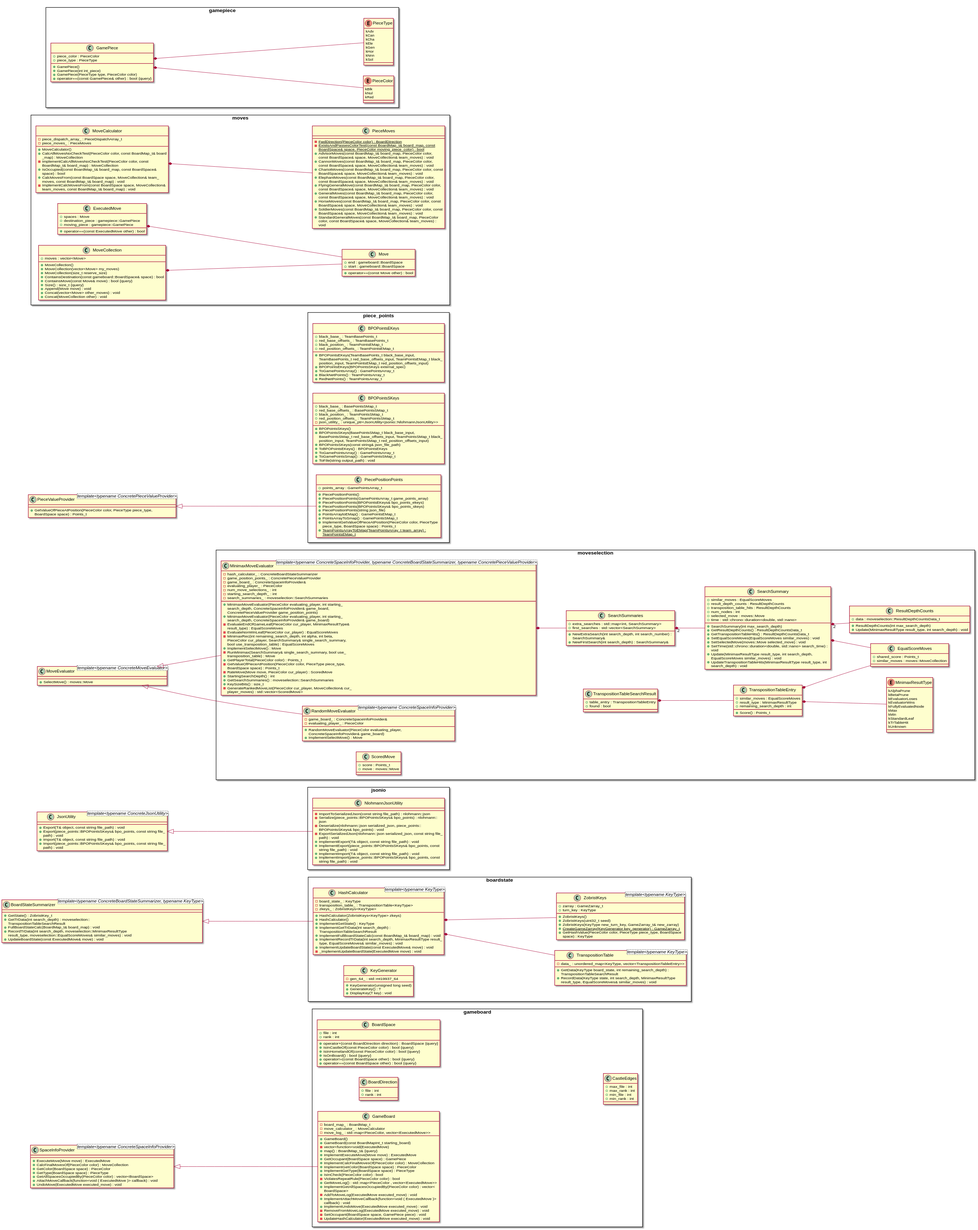
Above: docs/plantuml/xiangqigame_core.svg in duanegoodner/xiangqigame (PlantUML), before the change.
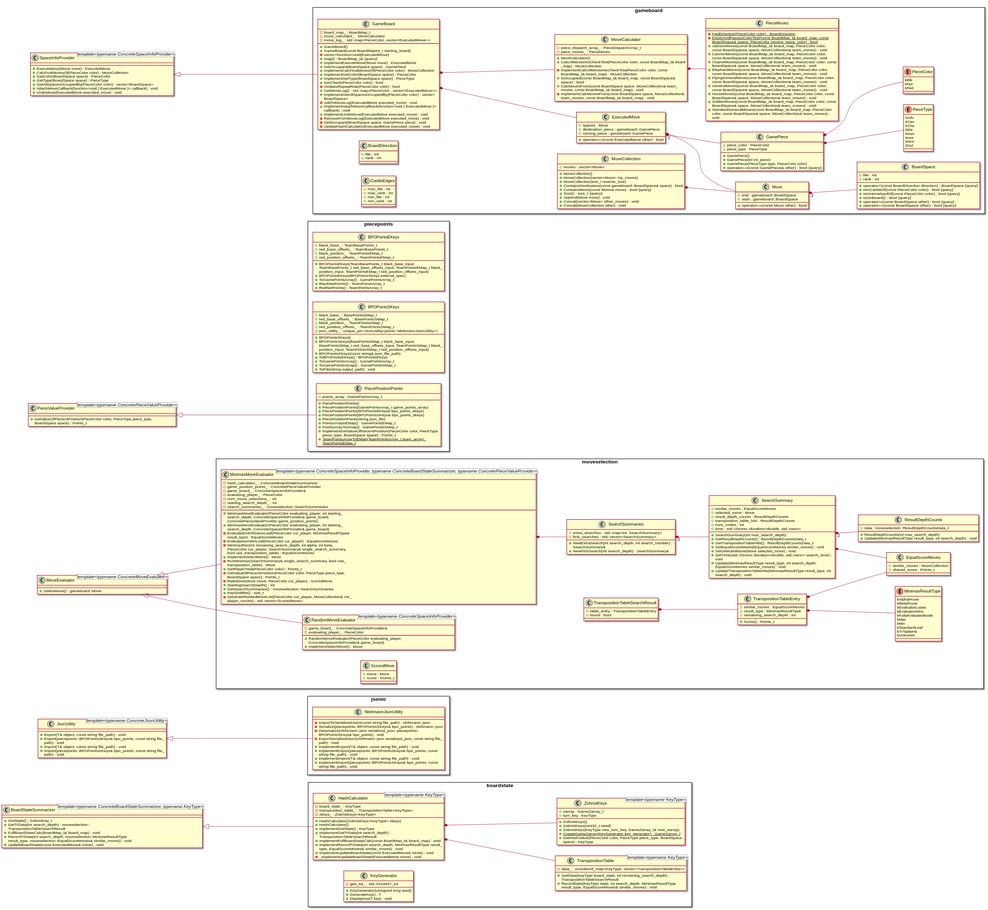
Above is the later version.

What changed in the source:
```diff
@@ -4,6 +4,7 @@
 skinparam wrapWidth 400
 left to right direction
 scale 0.75
+
 
 
 
@@ -19,14 +20,14 @@
 
 class JsonUtility <template<typename ConcreteJsonUtility>> {
 	+Export(T& object, const string file_path) : void
-	+Export(piece_points::BPOPointsSKeys& bpo_points, const string file_path) : void
+	+Export(piecepoints::BPOPointsSKeys& bpo_points, const string file_path) : void
 	+Import(T& object, const string file_path) : void
-	+Import(piece_points::BPOPointsSKeys& bpo_points, const string file_path) : void
+	+Import(piecepoints::BPOPointsSKeys& bpo_points, const string file_path) : void
 }
 
 
 class MoveEvaluator <template<typename ConcreteMoveEvaluator>> {
-	+SelectMove() : moves::Move
+	+SelectMove() : gameboard::Move
 }
 
 
@@ -46,7 +47,7 @@
 }
 
 
-namespace piece_points {
+namespace piecepoints {
 	class BPOPointsEKeys {
 		+BPOPointsEKeys(TeamBasePoints_t black_base_input, TeamBasePoints_t red_base_offsets_input, TeamPointsEMap_t black_position_input, TeamPointsEMap_t red_position_offsets_input)
 		+BPOPointsEKeys(BPOPointsSKeys external_spec)
@@ -135,8 +136,8 @@
 	}
 
 	class EqualScoreMoves {
+		+similar_moves : MoveCollection
 		+shared_score : Points_t
-		+similar_moves : moves::MoveCollection
 	}
 
 	class ResultDepthCounts {
@@ -146,8 +147,8 @@
 	}
 
 	class ScoredMove {
+		+move : Move
 		+score : Points_t
-		+move : moves::Move
 	}
 
 	class SearchSummaries {
@@ -160,15 +161,15 @@
 	class SearchSummary {
 		+SearchSummary(int max_search_depth)
 		+similar_moves : EqualScoreMoves
+		+selected_move : Move
 		+result_depth_counts : ResultDepthCounts
 		+transposition_table_hits : ResultDepthCounts
 		+GetResultDepthCounts() : ResultDepthCountsData_t
 		+GetTranspositionTableHits() : ResultDepthCountsData_t
 		+num_nodes : int
-		+selected_move : moves::Move
 		+time : std::chrono::duration<double, std::nano>
 		+SetEqualScoreMoves(EqualScoreMoves similar_moves) : void
-		+SetSelectedMove(moves::Move selected_move) : void
+		+SetSelectedMove(Move selected_move) : void
 		+SetTime(std::chrono::duration<double, std::nano> search_time) : void
 		+Update(MinimaxResultType result_type, int search_depth, EqualScoreMoves similar_moves) : void
 		+UpdateTranspositionTableHits(MinimaxResultType result_type, int search_depth) : void
@@ -188,99 +189,16 @@
 }
 
 
-namespace moves {
-	class MoveCalculator {
-		+MoveCalculator()
-		+CalcAllMovesNoCheckTest(PieceColor color, const BoardMap_t& board_map) : MoveCollection
-		-ImplementCalcAllMovesNoCheckTest(PieceColor color, const BoardMap_t& board_map) : MoveCollection
-		-piece_dispatch_array_ : PieceDispatchArray_t
-		-piece_moves_ : PieceMoves
-		+IsOccupied(const BoardMap_t& board_map, const BoardSpace& space) : bool
-		+CalcMovesFrom(const BoardSpace space, MoveCollection& team_moves, const BoardMap_t& board_map) : void
-		-ImplementCalcMovesFrom(const BoardSpace space, MoveCollection& team_moves, const BoardMap_t& board_map) : void
-	}
-
-	class PieceMoves {
-		-{static} FwdDirection(PieceColor color) : BoardDirection
-		-{static} ExistsAndPassesColorTest(const BoardMap_t& board_map, const BoardSpace& space, PieceColor moving_piece_color) : bool
-		+AdvisorMoves(const BoardMap_t& board_map, PieceColor color, const BoardSpace& space, MoveCollection& team_moves) : void
-		+CannonMoves(const BoardMap_t& board_map, PieceColor color, const BoardSpace& space, MoveCollection& team_moves) : void
-		+ChariotMoves(const BoardMap_t& board_map, PieceColor color, const BoardSpace& space, MoveCollection& team_moves) : void
-		+ElephantMoves(const BoardMap_t& board_map, PieceColor color, const BoardSpace& space, MoveCollection& team_moves) : void
-		+FlyingGeneralMove(const BoardMap_t& board_map, PieceColor color, const BoardSpace& space, MoveCollection& team_moves) : void
-		+GeneralMoves(const BoardMap_t& board_map, PieceColor color, const BoardSpace& space, MoveCollection& team_moves) : void
-		+HorseMoves(const BoardMap_t& board_map, PieceColor color, const BoardSpace& space, MoveCollection& team_moves) : void
-		+SoldierMoves(const BoardMap_t& board_map, PieceColor color, const BoardSpace& space, MoveCollection& team_moves) : void
-		+StandardGeneralMoves(const BoardMap_t& board_map, PieceColor color, const BoardSpace& space, MoveCollection& team_moves) : void
-	}
-
-	class ExecutedMove {
-		+spaces : Move
-		+operator==(const ExecutedMove other) : bool
-		+destination_piece : gamepiece::GamePiece
-		+moving_piece : gamepiece::GamePiece
-	}
-
-	class Move {
-		+operator==(const Move other) : bool
-		+end : gameboard::BoardSpace
-		+start : gameboard::BoardSpace
-	}
-
-	class MoveCollection {
-		+MoveCollection()
-		+MoveCollection(vector<Move> my_moves)
-		+MoveCollection(size_t reserve_size)
-		+ContainsDestination(const gameboard::BoardSpace& space) : bool
-		+ContainsMove(const Move& move) : bool {query}
-		+Size() : size_t {query}
-		+moves : vector<Move>
-		+Append(Move move) : void
-		+Concat(vector<Move> other_moves) : void
-		+Concat(MoveCollection other) : void
-	}
-}
-
-
 namespace jsonio {
 	class NlohmannJsonUtility {
 		-ImportToSerializedJson(const string file_path) : nlohmann::json
-		-Serialize(piece_points::BPOPointsSKeys& bpo_points) : nlohmann::json
-		-Deserialize(nlohmann::json serialized_json, piece_points::BPOPointsSKeys& bpo_points) : void
+		-Serialize(piecepoints::BPOPointsSKeys& bpo_points) : nlohmann::json
+		-Deserialize(nlohmann::json serialized_json, piecepoints::BPOPointsSKeys& bpo_points) : void
 		-ExportSerializedJson(nlohmann::json serialized_json, const string file_path) : void
 		+ImplementExport(T& object, const string file_path) : void
-		+ImplementExport(piece_points::BPOPointsSKeys& bpo_points, const string file_path) : void
+		+ImplementExport(piecepoints::BPOPointsSKeys& bpo_points, const string file_path) : void
 		+ImplementImport(T& object, const string file_path) : void
-		+ImplementImport(piece_points::BPOPointsSKeys& bpo_points, const string file_path) : void
-	}
-}
-
-
-namespace gamepiece {
-	enum PieceColor {
-		kBlk
-		kNul
-		kRed
-	}
-
-	enum PieceType {
-		kAdv
-		kCan
-		kCha
-		kEle
-		kGen
-		kHor
-		kNnn
-		kSol
-	}
-
-	class GamePiece {
-		+GamePiece()
-		+GamePiece(int int_piece)
-		+GamePiece(PieceType type, PieceColor color)
-		+piece_color : PieceColor
-		+piece_type : PieceType
-		+operator==(const GamePiece& other) : bool {query}
+		+ImplementImport(piecepoints::BPOPointsSKeys& bpo_points, const string file_path) : void
 	}
 }
 
@@ -311,6 +229,48 @@
 		-UpdateHashCalculator(ExecutedMove executed_move) : void
 	}
 
+	class MoveCalculator {
+		+MoveCalculator()
+		+CalcAllMovesNoCheckTest(PieceColor color, const BoardMap_t& board_map) : MoveCollection
+		-ImplementCalcAllMovesNoCheckTest(PieceColor color, const BoardMap_t& board_map) : MoveCollection
+		-piece_dispatch_array_ : PieceDispatchArray_t
+		-piece_moves_ : PieceMoves
+		+IsOccupied(const BoardMap_t& board_map, const BoardSpace& space) : bool
+		+CalcMovesFrom(const BoardSpace space, MoveCollection& team_moves, const BoardMap_t& board_map) : void
+		-ImplementCalcMovesFrom(const BoardSpace space, MoveCollection& team_moves, const BoardMap_t& board_map) : void
+	}
+
+	class PieceMoves {
+		-{static} FwdDirection(PieceColor color) : BoardDirection
+		-{static} ExistsAndPassesColorTest(const BoardMap_t& board_map, const BoardSpace& space, PieceColor moving_piece_color) : bool
+		+AdvisorMoves(const BoardMap_t& board_map, PieceColor color, const BoardSpace& space, MoveCollection& team_moves) : void
+		+CannonMoves(const BoardMap_t& board_map, PieceColor color, const BoardSpace& space, MoveCollection& team_moves) : void
+		+ChariotMoves(const BoardMap_t& board_map, PieceColor color, const BoardSpace& space, MoveCollection& team_moves) : void
+		+ElephantMoves(const BoardMap_t& board_map, PieceColor color, const BoardSpace& space, MoveCollection& team_moves) : void
+		+FlyingGeneralMove(const BoardMap_t& board_map, PieceColor color, const BoardSpace& space, MoveCollection& team_moves) : void
+		+GeneralMoves(const BoardMap_t& board_map, PieceColor color, const BoardSpace& space, MoveCollection& team_moves) : void
+		+HorseMoves(const BoardMap_t& board_map, PieceColor color, const BoardSpace& space, MoveCollection& team_moves) : void
+		+SoldierMoves(const BoardMap_t& board_map, PieceColor color, const BoardSpace& space, MoveCollection& team_moves) : void
+		+StandardGeneralMoves(const BoardMap_t& board_map, PieceColor color, const BoardSpace& space, MoveCollection& team_moves) : void
+	}
+
+	enum PieceColor {
+		kBlk
+		kNul
+		kRed
+	}
+
+	enum PieceType {
+		kAdv
+		kCan
+		kCha
+		kEle
+		kGen
+		kHor
+		kNnn
+		kSol
+	}
+
 	class BoardDirection {
 		+file : int
 		+rank : int
@@ -332,6 +292,41 @@
 		+max_rank : int
 		+min_file : int
 		+min_rank : int
+	}
+
+	class ExecutedMove {
+		+spaces : Move
+		+operator==(const ExecutedMove other) : bool
+		+destination_piece : gameboard::GamePiece
+		+moving_piece : gameboard::GamePiece
+	}
+
+	class GamePiece {
+		+GamePiece()
+		+GamePiece(int int_piece)
+		+GamePiece(PieceType type, PieceColor color)
+		+piece_color : PieceColor
+		+piece_type : PieceType
+		+operator==(const GamePiece& other) : bool {query}
+	}
+
+	class Move {
+		+operator==(const Move other) : bool
+		+end : gameboard::BoardSpace
+		+start : gameboard::BoardSpace
+	}
+
+	class MoveCollection {
+		+MoveCollection()
+		+MoveCollection(vector<Move> my_moves)
+		+MoveCollection(size_t reserve_size)
+		+ContainsDestination(const gameboard::BoardSpace& space) : bool
+		+ContainsMove(const Move& move) : bool {query}
+		+Size() : size_t {query}
+		+moves : vector<Move>
+		+Append(Move move) : void
+		+Concat(vector<Move> other_moves) : void
+		+Concat(MoveCollection other) : void
 	}
 }
 
@@ -392,7 +387,7 @@
 MoveEvaluator <|-- moveselection.RandomMoveEvaluator
 
 
-PieceValueProvider <|-- piece_points.PiecePositionPoints
+PieceValueProvider <|-- piecepoints.PiecePositionPoints
 
 
 SpaceInfoProvider <|-- gameboard.GameBoard
@@ -402,13 +397,22 @@
 
 
 
-moves.ExecutedMove *-- moves.Move
+gameboard.ExecutedMove "2" *-- gameboard.GamePiece
 
 
-gamepiece.GamePiece *-- gamepiece.PieceColor
+gameboard.ExecutedMove *-- gameboard.Move
 
 
-gamepiece.GamePiece *-- gamepiece.PieceType
+gameboard.GameBoard *-- gameboard.ExecutedMove
+
+
+gameboard.GameBoard *-- gameboard.MoveCalculator
+
+
+gameboard.GamePiece *-- gameboard.PieceColor
+
+
+gameboard.GamePiece *-- gameboard.PieceType
 
 
 boardstate.HashCalculator *-- boardstate.TranspositionTable
@@ -420,10 +424,13 @@
 moveselection.MinimaxMoveEvaluator *-- moveselection.SearchSummaries
 
 
-moves.MoveCalculator *-- moves.PieceMoves
+gameboard.Move "2" *-- gameboard.BoardSpace
 
 
-moves.MoveCollection *-- moves.Move
+gameboard.MoveCalculator *-- gameboard.PieceMoves
+
+
+gameboard.MoveCollection *-- gameboard.Move
 
 
 moveselection.SearchSummaries "2" *-- moveselection.SearchSummary
```
